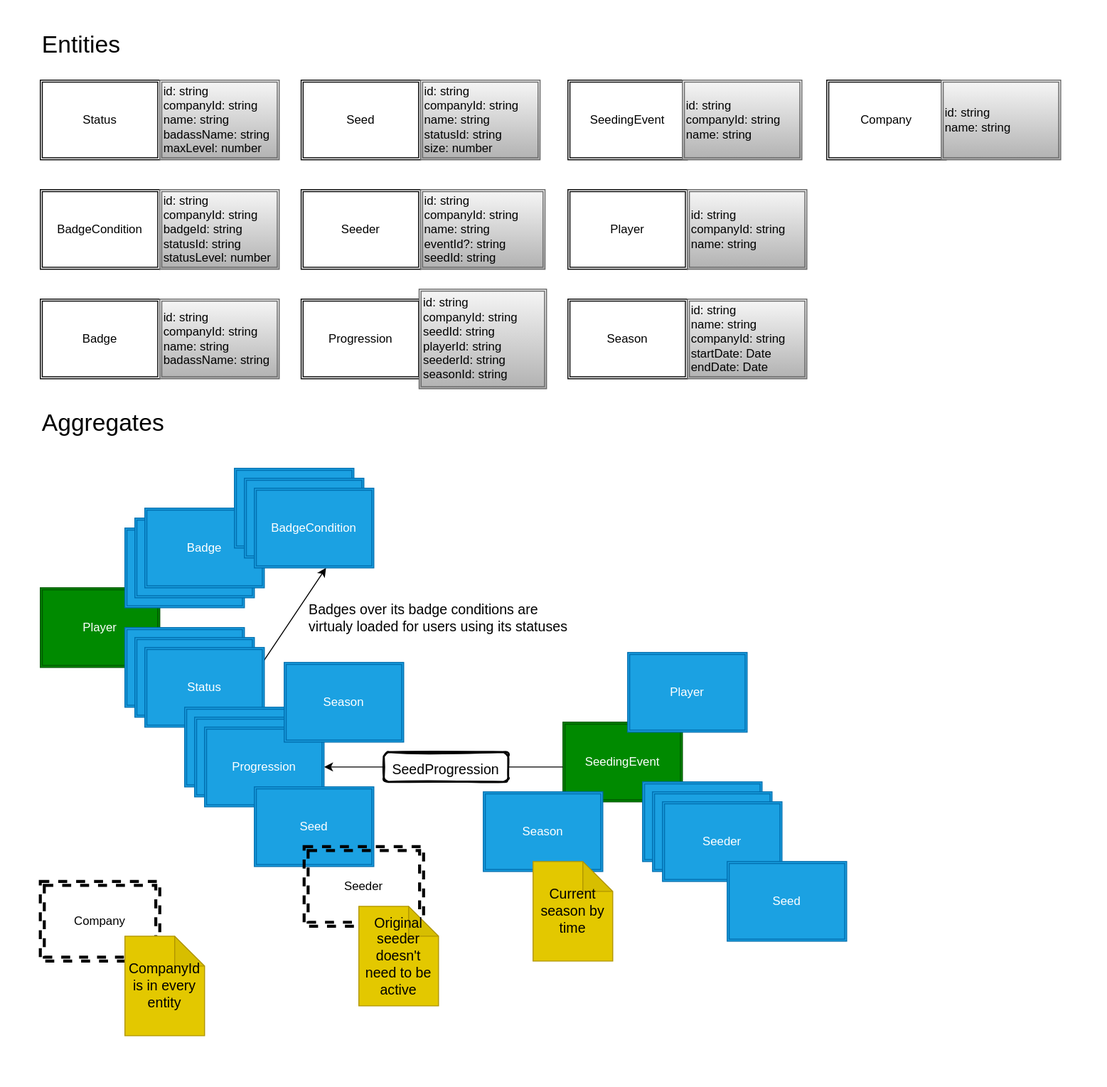
Above: docs/game-context/planning/domain.drawio.svg in exothinking/progrouth (draw.io), before the change. Source tidied: cells renumbered, new cells last; positions are measured from the earlier drawing's top-left corner, leaving out a move shared by most shapes.
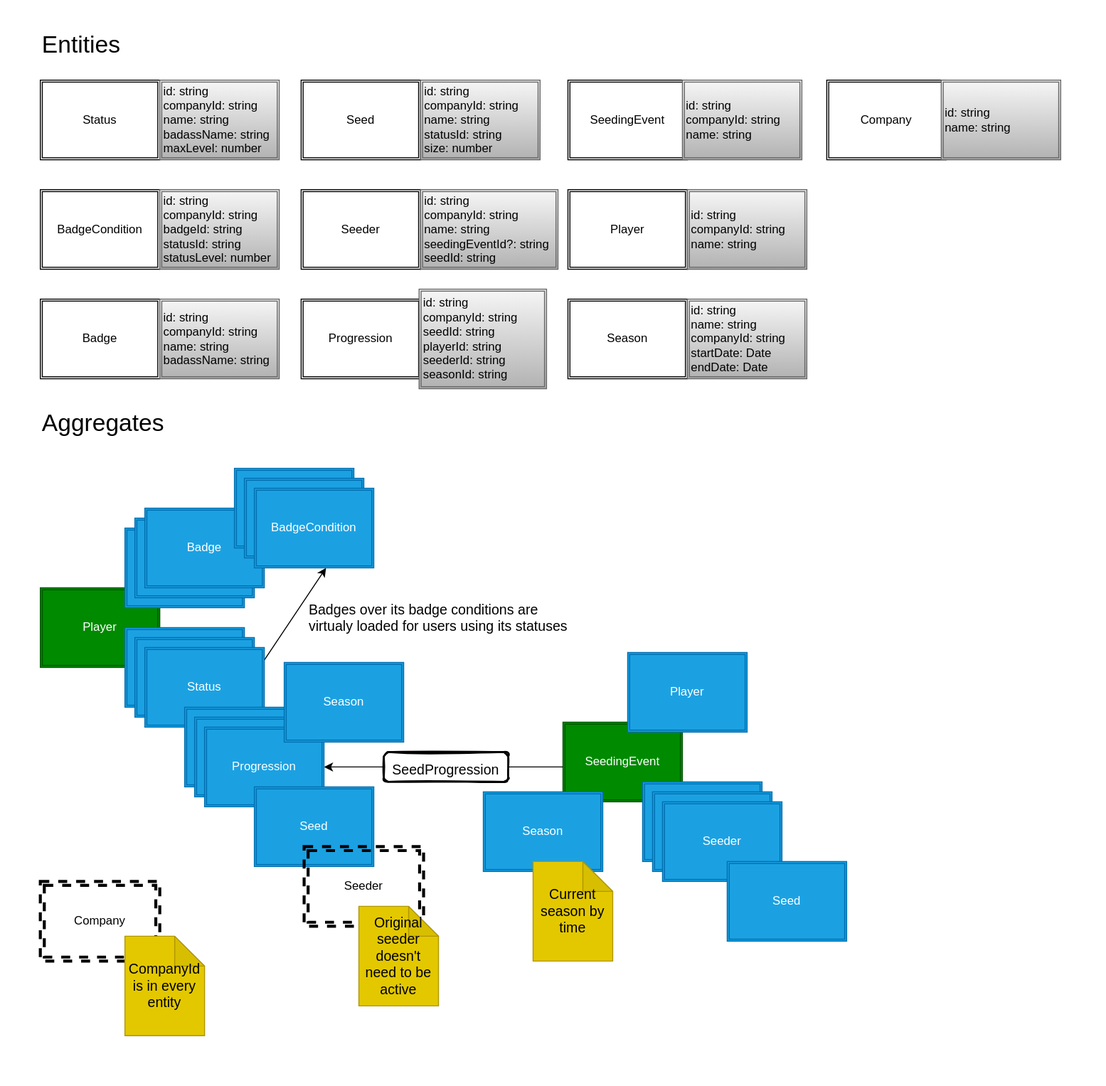
Later version of the same file.

Diff of the diagram source:
```diff
@@ -147,8 +147,8 @@
     <mxCell id="48" value="&lt;blockquote style=&quot;margin: 0 0 0 40px; border: none; padding: 0px;&quot;&gt;&lt;/blockquote&gt;&lt;span style=&quot;color: rgb(0, 0, 0); background-color: initial;&quot;&gt;id: string&lt;/span&gt;&lt;span style=&quot;background-color: initial; color: rgb(0, 0, 0);&quot;&gt;&lt;br&gt;&lt;/span&gt;&lt;font color=&quot;#000000&quot;&gt;companyId: string&lt;/font&gt;&lt;span style=&quot;color: rgb(0, 0, 0); background-color: initial;&quot;&gt;&lt;br&gt;seedId: string&lt;br&gt;playerId: string&lt;br&gt;seederId: string&lt;br&gt;seasonId: string&lt;/span&gt;&lt;br&gt;&lt;blockquote style=&quot;margin: 0 0 0 40px; border: none; padding: 0px;&quot;&gt;&lt;/blockquote&gt;" style="shape=ext;double=1;rounded=0;whiteSpace=wrap;html=1;fillColor=#f5f5f5;strokeColor=#666666;gradientColor=#b3b3b3;align=left;" parent="1" vertex="1">
       <mxGeometry x="420.5" y="290" width="128" height="100" as="geometry" />
     </mxCell>
-    <mxCell id="49" value="&lt;blockquote style=&quot;margin: 0 0 0 40px; border: none; padding: 0px;&quot;&gt;&lt;/blockquote&gt;&lt;span style=&quot;color: rgb(0, 0, 0); background-color: initial;&quot;&gt;id: string&lt;/span&gt;&lt;span style=&quot;background-color: initial; color: rgb(0, 0, 0);&quot;&gt;&lt;br&gt;&lt;/span&gt;&lt;font color=&quot;#000000&quot;&gt;companyId: string&lt;/font&gt;&lt;span style=&quot;color: rgb(0, 0, 0); background-color: initial;&quot;&gt;&lt;br&gt;name: string&lt;/span&gt;&lt;br&gt;&lt;font color=&quot;#000000&quot;&gt;eventId?: string&lt;br&gt;seedId: string&lt;/font&gt;&lt;br&gt;&lt;blockquote style=&quot;margin: 0 0 0 40px; border: none; padding: 0px;&quot;&gt;&lt;/blockquote&gt;" style="shape=ext;double=1;rounded=0;whiteSpace=wrap;html=1;fillColor=#f5f5f5;strokeColor=#666666;gradientColor=#b3b3b3;align=left;" parent="1" vertex="1">
-      <mxGeometry x="422" y="190" width="125" height="80" as="geometry" />
+    <mxCell id="49" value="&lt;blockquote style=&quot;margin: 0 0 0 40px; border: none; padding: 0px;&quot;&gt;&lt;/blockquote&gt;&lt;span style=&quot;color: rgb(0, 0, 0); background-color: initial;&quot;&gt;id: string&lt;/span&gt;&lt;span style=&quot;background-color: initial; color: rgb(0, 0, 0);&quot;&gt;&lt;br&gt;&lt;/span&gt;&lt;font color=&quot;#000000&quot;&gt;companyId: string&lt;/font&gt;&lt;span style=&quot;color: rgb(0, 0, 0); background-color: initial;&quot;&gt;&lt;br&gt;name: string&lt;/span&gt;&lt;br&gt;&lt;font color=&quot;#000000&quot;&gt;seedingEventId?: string&lt;br&gt;seedId: string&lt;/font&gt;&lt;br&gt;&lt;blockquote style=&quot;margin: 0 0 0 40px; border: none; padding: 0px;&quot;&gt;&lt;/blockquote&gt;" style="shape=ext;double=1;rounded=0;whiteSpace=wrap;html=1;fillColor=#f5f5f5;strokeColor=#666666;gradientColor=#b3b3b3;align=left;" parent="1" vertex="1">
+      <mxGeometry x="422" y="190" width="138" height="80" as="geometry" />
     </mxCell>
     <mxCell id="50" value="&lt;blockquote style=&quot;margin: 0 0 0 40px; border: none; padding: 0px;&quot;&gt;&lt;/blockquote&gt;&lt;span style=&quot;color: rgb(0, 0, 0); background-color: initial;&quot;&gt;id: string&lt;/span&gt;&lt;span style=&quot;background-color: initial; color: rgb(0, 0, 0);&quot;&gt;&lt;br&gt;&lt;/span&gt;&lt;font color=&quot;#000000&quot;&gt;companyId: string&lt;/font&gt;&lt;span style=&quot;color: rgb(0, 0, 0); background-color: initial;&quot;&gt;&lt;br&gt;name: string&lt;/span&gt;&lt;br&gt;&lt;blockquote style=&quot;margin: 0 0 0 40px; border: none; padding: 0px;&quot;&gt;&lt;/blockquote&gt;" style="shape=ext;double=1;rounded=0;whiteSpace=wrap;html=1;fillColor=#f5f5f5;strokeColor=#666666;gradientColor=#b3b3b3;align=left;" parent="1" vertex="1">
       <mxGeometry x="685" y="80" width="120" height="80" as="geometry" />
```
